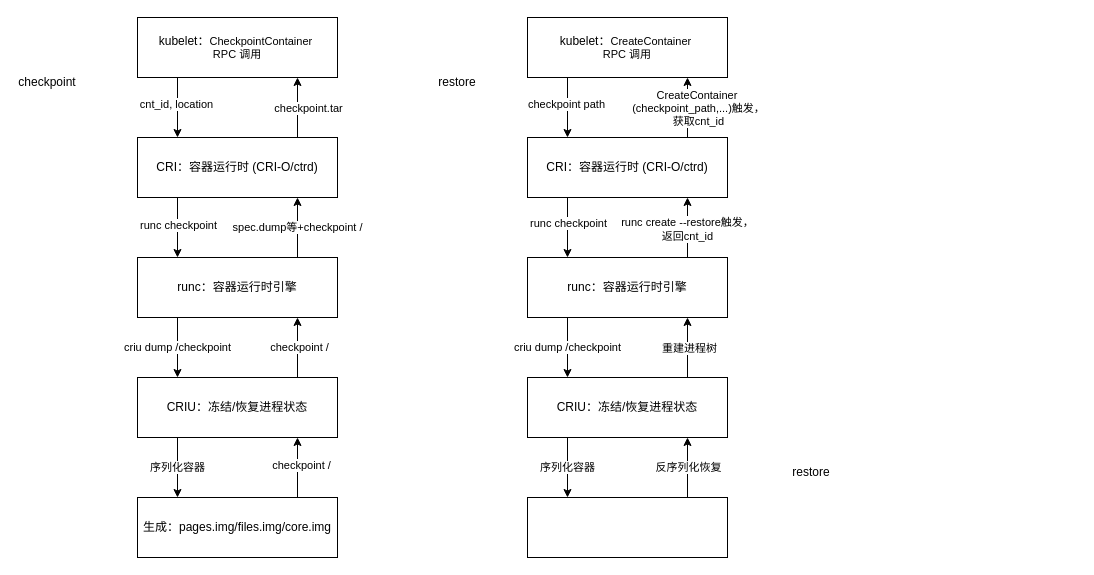
The draw.io diagram C/R.drawio in hello672fz/livemigration, before the edit. Source tidied: cells renumbered, new cells numbered last; positions are measured from the earlier drawing's top-left corner, leaving out a move shared by most shapes. Both pictures are drawn from the tidied source at 100%, with x=0, y=0 at pixel (17, 17).
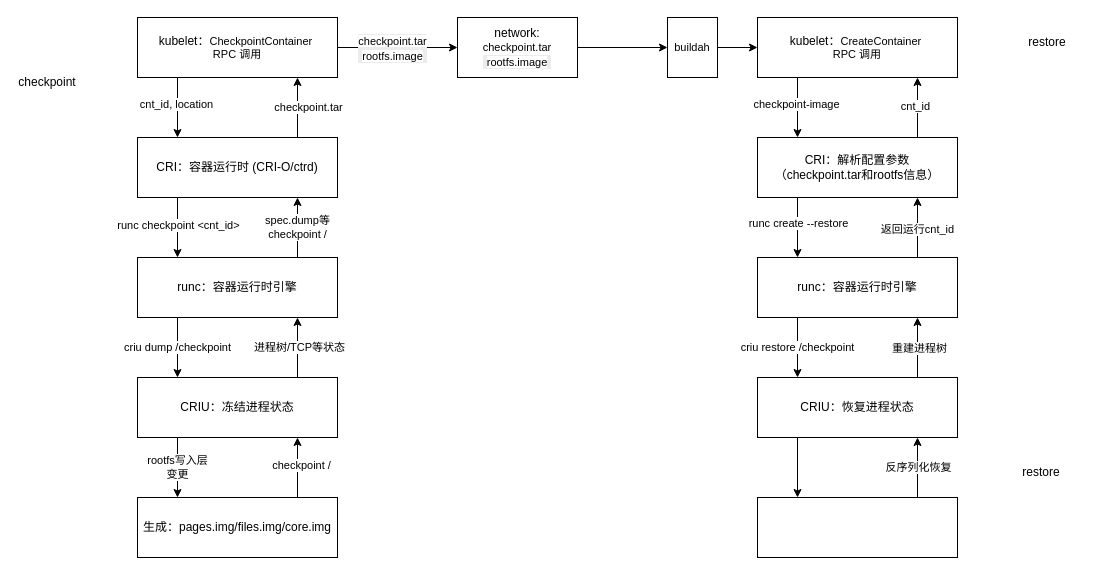
Above is the later version.

The change refers to these unchanged cells:
```xml
<mxCell id="2" value="kubelet：&lt;span style=&quot;font-size: 11px; text-wrap-mode: nowrap; background-color: rgb(255, 255, 255);&quot;&gt;CheckpointContainer&amp;nbsp;&lt;/span&gt;&lt;div style=&quot;font-size: 11px; text-wrap-mode: nowrap;&quot;&gt;RPC 调用&lt;/div&gt;" style="rounded=0;whiteSpace=wrap;html=1;" parent="1" vertex="1">
  <mxGeometry x="120" width="200" height="60" as="geometry" />
</mxCell>
<mxCell id="9" style="endArrow=classic;html=1;rounded=0;entryX=0.3;entryY=0;entryDx=0;entryDy=0;entryPerimeter=0;" parent="1" edge="1">
  <mxGeometry relative="1" as="geometry">
    <mxPoint x="160" y="180" as="sourcePoint" />
    <mxPoint x="160" y="240" as="targetPoint" />
  </mxGeometry>
</mxCell>
<mxCell id="13" style="endArrow=classic;html=1;rounded=0;entryX=0.3;entryY=0;entryDx=0;entryDy=0;entryPerimeter=0;" parent="1" edge="1">
  <mxGeometry relative="1" as="geometry">
    <mxPoint x="160" y="420" as="sourcePoint" />
    <mxPoint x="160" y="480" as="targetPoint" />
  </mxGeometry>
</mxCell>
<mxCell id="15" style="endArrow=classic;html=1;rounded=0;entryX=1;entryY=0.75;entryDx=0;entryDy=0;" parent="1" edge="1">
  <mxGeometry relative="1" as="geometry">
    <mxPoint x="280" y="120" as="sourcePoint" />
    <mxPoint x="280" y="60" as="targetPoint" />
  </mxGeometry>
</mxCell>
<mxCell id="18" style="endArrow=classic;html=1;rounded=0;entryX=1;entryY=0.75;entryDx=0;entryDy=0;" parent="1" edge="1">
  <mxGeometry relative="1" as="geometry">
    <mxPoint x="280" y="240" as="sourcePoint" />
    <mxPoint x="280" y="180" as="targetPoint" />
  </mxGeometry>
</mxCell>
<mxCell id="20" style="endArrow=classic;html=1;rounded=0;entryX=1;entryY=0.75;entryDx=0;entryDy=0;" parent="1" edge="1">
  <mxGeometry relative="1" as="geometry">
    <mxPoint x="280" y="360" as="sourcePoint" />
    <mxPoint x="280" y="300" as="targetPoint" />
  </mxGeometry>
</mxCell>
```

The edit, as a diff of the source:
```diff
@@
+    <mxCell id="50" style="edgeStyle=orthogonalEdgeStyle;rounded=0;jettySize=auto;html=1;exitX=1;exitY=0.5;exitDx=0;exitDy=0;entryX=0;entryY=0.5;entryDx=0;entryDy=0;" parent="1" edge="1" source="2" target="56">
+      <mxGeometry relative="1" as="geometry" />
+    </mxCell>
+    <mxCell id="51" value="&lt;div style=&quot;font-size: 12px; text-wrap-mode: wrap; background-color: rgb(236, 236, 236);&quot;&gt;&lt;span style=&quot;font-size: 11px; text-wrap-mode: nowrap; background-color: rgb(255, 255, 255);&quot;&gt;checkpoint.tar&lt;/span&gt;&lt;/div&gt;&lt;div style=&quot;font-size: 12px; text-wrap-mode: wrap; background-color: rgb(236, 236, 236);&quot;&gt;&lt;span style=&quot;font-size: 11px; text-wrap-mode: nowrap; background-color: rgb(255, 255, 255);&quot;&gt;rootfs.image&lt;/span&gt;&lt;/div&gt;" style="edgeLabel;html=1;align=center;verticalAlign=middle;" parent="50" vertex="1">
+      <mxGeometry y="2" relative="1" as="geometry">
+        <mxPoint x="-6" y="2" as="offset" />
+      </mxGeometry>
+    </mxCell>
@@
-    <mxCell id="5" value="&lt;font style=&quot;font-size: 12px;&quot;&gt;CRIU：&lt;span style=&quot;background-color: transparent; color: light-dark(rgb(0, 0, 0), rgb(255, 255, 255));&quot;&gt;冻结/恢复进程状态&lt;/span&gt;&lt;/font&gt;" style="rounded=0;whiteSpace=wrap;html=1;" parent="1" vertex="1">
+    <mxCell id="5" value="&lt;font style=&quot;font-size: 12px;&quot;&gt;CRIU：&lt;span style=&quot;background-color: transparent; color: light-dark(rgb(0, 0, 0), rgb(255, 255, 255));&quot;&gt;冻结进程状态&lt;/span&gt;&lt;/font&gt;" style="rounded=0;whiteSpace=wrap;html=1;" parent="1" vertex="1">
       <mxGeometry x="120" y="360" width="200" height="60" as="geometry" />
     </mxCell>
@@
-    <mxCell id="10" value="runc checkpoint" style="edgeLabel;html=1;align=center;verticalAlign=middle;" parent="9" vertex="1">
+    <mxCell id="10" value="runc checkpoint &amp;lt;cnt_id&amp;gt;" style="edgeLabel;html=1;align=center;verticalAlign=middle;" parent="9" vertex="1">
       <mxGeometry x="-0.22" relative="1" as="geometry">
         <mxPoint y="4" as="offset" />
       </mxGeometry>
     </mxCell>
@@
-    <mxCell id="14" value="序列化容器" style="edgeLabel;html=1;align=center;verticalAlign=middle;" parent="13" vertex="1">
+    <mxCell id="14" value="rootfs&lt;span style=&quot;background-color: light-dark(#ffffff, var(--ge-dark-color, #121212)); color: light-dark(rgb(0, 0, 0), rgb(255, 255, 255));&quot;&gt;写入层&lt;/span&gt;&lt;div&gt;变更&lt;/div&gt;" style="edgeLabel;html=1;align=center;verticalAlign=middle;" parent="13" vertex="1">
       <mxGeometry x="-0.05" y="-1" relative="1" as="geometry" />
     </mxCell>
@@
     <mxCell id="16" value="checkpoint.tar" style="edgeLabel;html=1;align=center;verticalAlign=middle;" parent="15" vertex="1">
       <mxGeometry x="0.12" y="1" relative="1" as="geometry">
-        <mxPoint x="11" y="4" as="offset" />
+        <mxPoint x="11" y="3" as="offset" />
       </mxGeometry>
     </mxCell>
@@
-    <mxCell id="19" value="spec.dump等+&lt;span style=&quot;background-color: light-dark(#ffffff, var(--ge-dark-color, #121212)); color: light-dark(rgb(0, 0, 0), rgb(255, 255, 255));&quot;&gt;checkpoint /&lt;/span&gt;" style="edgeLabel;html=1;align=center;verticalAlign=middle;" parent="18" vertex="1">
+    <mxCell id="19" value="spec.dump等&lt;div&gt;&lt;span style=&quot;color: light-dark(rgb(0, 0, 0), rgb(255, 255, 255));&quot;&gt;checkpoint /&lt;/span&gt;&lt;/div&gt;" style="edgeLabel;html=1;align=center;verticalAlign=middle;" parent="18" vertex="1">
       <mxGeometry x="-0.02" y="1" relative="1" as="geometry">
         <mxPoint y="-2" as="offset" />
       </mxGeometry>
     </mxCell>
@@
-    <mxCell id="22" value="checkpoint /" style="edgeLabel;html=1;align=center;verticalAlign=middle;" parent="20" vertex="1">
+    <mxCell id="22" value="进程树/TCP等状态" style="edgeLabel;html=1;align=center;verticalAlign=middle;" parent="20" vertex="1">
       <mxGeometry x="-0.02" y="-1" relative="1" as="geometry">
         <mxPoint y="-2" as="offset" />
       </mxGeometry>
     </mxCell>
@@
     <mxCell id="26" value="kubelet：&lt;span style=&quot;font-size: 11px; text-wrap-mode: nowrap; background-color: rgb(255, 255, 255);&quot;&gt;CreateContainer&amp;nbsp;&lt;/span&gt;&lt;div style=&quot;font-size: 11px; text-wrap-mode: nowrap;&quot;&gt;RPC 调用&lt;/div&gt;" style="rounded=0;whiteSpace=wrap;html=1;" parent="1" vertex="1">
-      <mxGeometry x="510" width="200" height="60" as="geometry" />
+      <mxGeometry x="740" width="200" height="60" as="geometry" />
     </mxCell>
-    <mxCell id="27" value="&lt;font style=&quot;font-size: 12px;&quot;&gt;CRI：&lt;span style=&quot;background-color: transparent; color: light-dark(rgb(0, 0, 0), rgb(255, 255, 255));&quot;&gt;容器运行时 (CRI-O/ctrd)&lt;/span&gt;&lt;/font&gt;" style="rounded=0;whiteSpace=wrap;html=1;" parent="1" vertex="1">
-      <mxGeometry x="510" y="120" width="200" height="60" as="geometry" />
+    <mxCell id="27" value="&lt;font style=&quot;font-size: 12px;&quot;&gt;CRI：&lt;span style=&quot;background-color: transparent; color: light-dark(rgb(0, 0, 0), rgb(255, 255, 255));&quot;&gt;解析配置参数&lt;/span&gt;&lt;/font&gt;&lt;div&gt;&lt;font style=&quot;font-size: 12px;&quot;&gt;&lt;span style=&quot;background-color: transparent; color: light-dark(rgb(0, 0, 0), rgb(255, 255, 255));&quot;&gt;（checkpoint.tar和rootfs信息）&lt;/span&gt;&lt;/font&gt;&lt;/div&gt;" style="rounded=0;whiteSpace=wrap;html=1;" parent="1" vertex="1">
+      <mxGeometry x="740" y="120" width="200" height="60" as="geometry" />
     </mxCell>
     <mxCell id="28" value="&lt;font&gt;runc：&lt;span style=&quot;background-color: transparent; color: light-dark(rgb(0, 0, 0), rgb(255, 255, 255));&quot;&gt;容器运行时引擎&lt;/span&gt;&lt;/font&gt;" style="rounded=0;whiteSpace=wrap;html=1;" parent="1" vertex="1">
-      <mxGeometry x="510" y="240" width="200" height="60" as="geometry" />
+      <mxGeometry x="740" y="240" width="200" height="60" as="geometry" />
     </mxCell>
-    <mxCell id="29" value="&lt;font style=&quot;font-size: 12px;&quot;&gt;CRIU：&lt;span style=&quot;background-color: transparent; color: light-dark(rgb(0, 0, 0), rgb(255, 255, 255));&quot;&gt;冻结/恢复进程状态&lt;/span&gt;&lt;/font&gt;" style="rounded=0;whiteSpace=wrap;html=1;" parent="1" vertex="1">
-      <mxGeometry x="510" y="360" width="200" height="60" as="geometry" />
+    <mxCell id="29" value="&lt;font style=&quot;font-size: 12px;&quot;&gt;CRIU：&lt;span style=&quot;background-color: transparent; color: light-dark(rgb(0, 0, 0), rgb(255, 255, 255));&quot;&gt;恢复进程状态&lt;/span&gt;&lt;/font&gt;" style="rounded=0;whiteSpace=wrap;html=1;" parent="1" vertex="1">
+      <mxGeometry x="740" y="360" width="200" height="60" as="geometry" />
     </mxCell>
     <mxCell id="30" style="rounded=0;whiteSpace=wrap;html=1;" parent="1" vertex="1">
-      <mxGeometry x="510" y="480" width="200" height="60" as="geometry" />
+      <mxGeometry x="740" y="480" width="200" height="60" as="geometry" />
     </mxCell>
     <mxCell id="31" style="endArrow=classic;html=1;rounded=0;entryX=0.3;entryY=0;entryDx=0;entryDy=0;entryPerimeter=0;" parent="1" edge="1">
       <mxGeometry relative="1" as="geometry">
-        <mxPoint x="550" y="60" as="sourcePoint" />
-        <mxPoint x="550" y="120" as="targetPoint" />
+        <mxPoint x="780" y="60" as="sourcePoint" />
+        <mxPoint x="780" y="120" as="targetPoint" />
       </mxGeometry>
     </mxCell>
-    <mxCell id="32" value="checkpoint path" style="edgeLabel;html=1;align=center;verticalAlign=middle;" parent="31" vertex="1">
+    <mxCell id="32" value="checkpoint-image" style="edgeLabel;html=1;align=center;verticalAlign=middle;" parent="31" vertex="1">
       <mxGeometry x="-0.15" y="-2" relative="1" as="geometry" />
     </mxCell>
     <mxCell id="33" style="endArrow=classic;html=1;rounded=0;entryX=0.3;entryY=0;entryDx=0;entryDy=0;entryPerimeter=0;" parent="1" edge="1">
       <mxGeometry relative="1" as="geometry">
-        <mxPoint x="550" y="180" as="sourcePoint" />
-        <mxPoint x="550" y="240" as="targetPoint" />
+        <mxPoint x="780" y="180" as="sourcePoint" />
+        <mxPoint x="780" y="240" as="targetPoint" />
       </mxGeometry>
     </mxCell>
-    <mxCell id="34" value="runc checkpoint" style="edgeLabel;html=1;align=center;verticalAlign=middle;" parent="33" vertex="1">
+    <mxCell id="34" value="runc create --restore" style="edgeLabel;html=1;align=center;verticalAlign=middle;" parent="33" vertex="1">
       <mxGeometry x="-0.22" relative="1" as="geometry">
         <mxPoint y="2" as="offset" />
       </mxGeometry>
     </mxCell>
     <mxCell id="35" style="endArrow=classic;html=1;rounded=0;entryX=0.3;entryY=0;entryDx=0;entryDy=0;entryPerimeter=0;" parent="1" edge="1">
       <mxGeometry relative="1" as="geometry">
-        <mxPoint x="550" y="300" as="sourcePoint" />
-        <mxPoint x="550" y="360" as="targetPoint" />
+        <mxPoint x="780" y="300" as="sourcePoint" />
+        <mxPoint x="780" y="360" as="targetPoint" />
       </mxGeometry>
     </mxCell>
-    <mxCell id="36" value="criu dump /checkpoint" style="edgeLabel;html=1;align=center;verticalAlign=middle;" parent="35" vertex="1">
+    <mxCell id="36" value="criu restore /checkpoint" style="edgeLabel;html=1;align=center;verticalAlign=middle;" parent="35" vertex="1">
       <mxGeometry x="-0.05" y="-1" relative="1" as="geometry" />
     </mxCell>
     <mxCell id="37" style="endArrow=classic;html=1;rounded=0;entryX=0.3;entryY=0;entryDx=0;entryDy=0;entryPerimeter=0;" parent="1" edge="1">
       <mxGeometry relative="1" as="geometry">
-        <mxPoint x="550" y="420" as="sourcePoint" />
-        <mxPoint x="550" y="480" as="targetPoint" />
+        <mxPoint x="780" y="420" as="sourcePoint" />
+        <mxPoint x="780" y="480" as="targetPoint" />
       </mxGeometry>
     </mxCell>
-    <mxCell id="38" value="序列化容器" style="edgeLabel;html=1;align=center;verticalAlign=middle;" parent="37" vertex="1">
-      <mxGeometry x="-0.05" y="-1" relative="1" as="geometry" />
-    </mxCell>
     <mxCell id="39" style="endArrow=classic;html=1;rounded=0;entryX=1;entryY=0.75;entryDx=0;entryDy=0;" parent="1" edge="1">
       <mxGeometry relative="1" as="geometry">
-        <mxPoint x="670" y="120" as="sourcePoint" />
-        <mxPoint x="670" y="60" as="targetPoint" />
+        <mxPoint x="900" y="120" as="sourcePoint" />
+        <mxPoint x="900" y="60" as="targetPoint" />
       </mxGeometry>
     </mxCell>
-    <mxCell id="40" value="CreateContainer&amp;nbsp;&lt;div&gt;(checkpoint_path,...)触发，&lt;/div&gt;&lt;div&gt;获取cnt_id&lt;/div&gt;" style="edgeLabel;html=1;align=center;verticalAlign=middle;" parent="39" vertex="1">
-      <mxGeometry x="0.12" y="1" relative="1" as="geometry">
-        <mxPoint x="11" y="4" as="offset" />
-      </mxGeometry>
-    </mxCell>
+    <mxCell id="52" value="cnt_id" style="edgeLabel;html=1;align=center;verticalAlign=middle;" parent="39" vertex="1">
+      <mxGeometry x="0.08" y="3" relative="1" as="geometry" />
+    </mxCell>
@@
     <mxCell id="42" style="endArrow=classic;html=1;rounded=0;entryX=1;entryY=0.75;entryDx=0;entryDy=0;" parent="1" edge="1">
       <mxGeometry relative="1" as="geometry">
-        <mxPoint x="670" y="240" as="sourcePoint" />
-        <mxPoint x="670" y="180" as="targetPoint" />
+        <mxPoint x="900" y="240" as="sourcePoint" />
+        <mxPoint x="900" y="180" as="targetPoint" />
       </mxGeometry>
     </mxCell>
-    <mxCell id="43" value="runc create --restore触发，&lt;div&gt;返回cnt_id&lt;/div&gt;" style="edgeLabel;html=1;align=center;verticalAlign=middle;" parent="42" vertex="1">
+    <mxCell id="43" value="&lt;div&gt;返回运行cnt_id&lt;/div&gt;" style="edgeLabel;html=1;align=center;verticalAlign=middle;" parent="42" vertex="1">
       <mxGeometry x="-0.02" y="1" relative="1" as="geometry" />
     </mxCell>
     <mxCell id="44" style="endArrow=classic;html=1;rounded=0;entryX=1;entryY=0.75;entryDx=0;entryDy=0;" parent="1" edge="1">
       <mxGeometry relative="1" as="geometry">
-        <mxPoint x="670" y="360" as="sourcePoint" />
-        <mxPoint x="670" y="300" as="targetPoint" />
+        <mxPoint x="900" y="360" as="sourcePoint" />
+        <mxPoint x="900" y="300" as="targetPoint" />
       </mxGeometry>
     </mxCell>
@@
     <mxCell id="46" style="endArrow=classic;html=1;rounded=0;entryX=1;entryY=0.75;entryDx=0;entryDy=0;" parent="1" edge="1">
       <mxGeometry relative="1" as="geometry">
-        <mxPoint x="670" y="480" as="sourcePoint" />
-        <mxPoint x="670" y="420" as="targetPoint" />
+        <mxPoint x="900" y="480" as="sourcePoint" />
+        <mxPoint x="900" y="420" as="targetPoint" />
       </mxGeometry>
     </mxCell>
@@
     <mxCell id="48" value="restore" style="text;html=1;align=center;verticalAlign=middle;whiteSpace=wrap;rounded=0;" parent="1" vertex="1">
-      <mxGeometry x="410" y="50" width="60" height="30" as="geometry" />
+      <mxGeometry x="1000" y="10" width="60" height="30" as="geometry" />
     </mxCell>
     <mxCell id="49" value="restore" style="text;html=1;align=center;verticalAlign=middle;whiteSpace=wrap;rounded=0;" parent="1" vertex="1">
-      <mxGeometry x="764" y="440" width="60" height="30" as="geometry" />
+      <mxGeometry x="994" y="440" width="60" height="30" as="geometry" />
     </mxCell>
+    <mxCell id="53" style="edgeStyle=orthogonalEdgeStyle;rounded=0;jettySize=auto;html=1;exitX=1;exitY=0.5;exitDx=0;exitDy=0;entryX=0;entryY=0.5;entryDx=0;entryDy=0;" parent="1" edge="1" source="54" target="26">
+      <mxGeometry relative="1" as="geometry" />
+    </mxCell>
+    <mxCell id="54" value="&lt;div&gt;&lt;span style=&quot;font-size: 11px; text-wrap-mode: nowrap; background-color: rgb(255, 255, 255);&quot;&gt;buildah&lt;/span&gt;&lt;/div&gt;" style="rounded=0;whiteSpace=wrap;html=1;" parent="1" vertex="1">
+      <mxGeometry x="650" width="50" height="60" as="geometry" />
+    </mxCell>
+    <mxCell id="55" style="edgeStyle=orthogonalEdgeStyle;rounded=0;jettySize=auto;html=1;entryX=0;entryY=0.5;entryDx=0;entryDy=0;" parent="1" edge="1" source="56" target="54">
+      <mxGeometry relative="1" as="geometry" />
+    </mxCell>
+    <mxCell id="56" value="network:&lt;div&gt;&lt;span style=&quot;background-color: light-dark(rgb(255, 255, 255), rgb(18, 18, 18)); font-size: 11px; text-wrap-mode: nowrap; color: light-dark(rgb(0, 0, 0), rgb(255, 255, 255));&quot;&gt;checkpoint.tar&lt;/span&gt;&lt;div style=&quot;background-color: rgb(236, 236, 236);&quot;&gt;&lt;span style=&quot;font-size: 11px; text-wrap-mode: nowrap; background-color: rgb(255, 255, 255);&quot;&gt;rootfs.image&lt;/span&gt;&lt;/div&gt;&lt;/div&gt;" style="rounded=0;whiteSpace=wrap;html=1;" parent="1" vertex="1">
+      <mxGeometry x="440" width="120" height="60" as="geometry" />
+    </mxCell>
```
